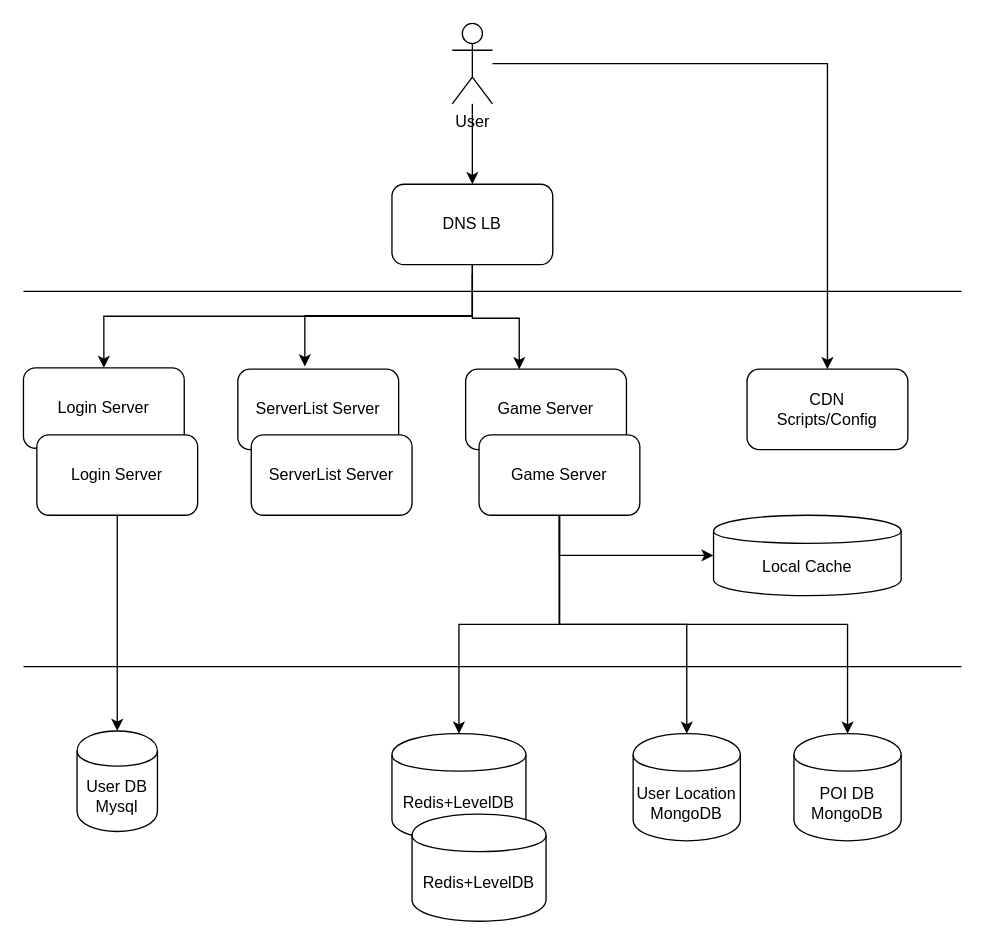
Above: CityPet.drawio in evagle/awesome (draw.io), before the change. Source tidied: cells renumbered, new cells numbered last; positions are measured from the earlier drawing's top-left corner, leaving out a move shared by most shapes. Both pictures are drawn from the tidied source at 134%, with x=0, y=0 at pixel (23, 23).
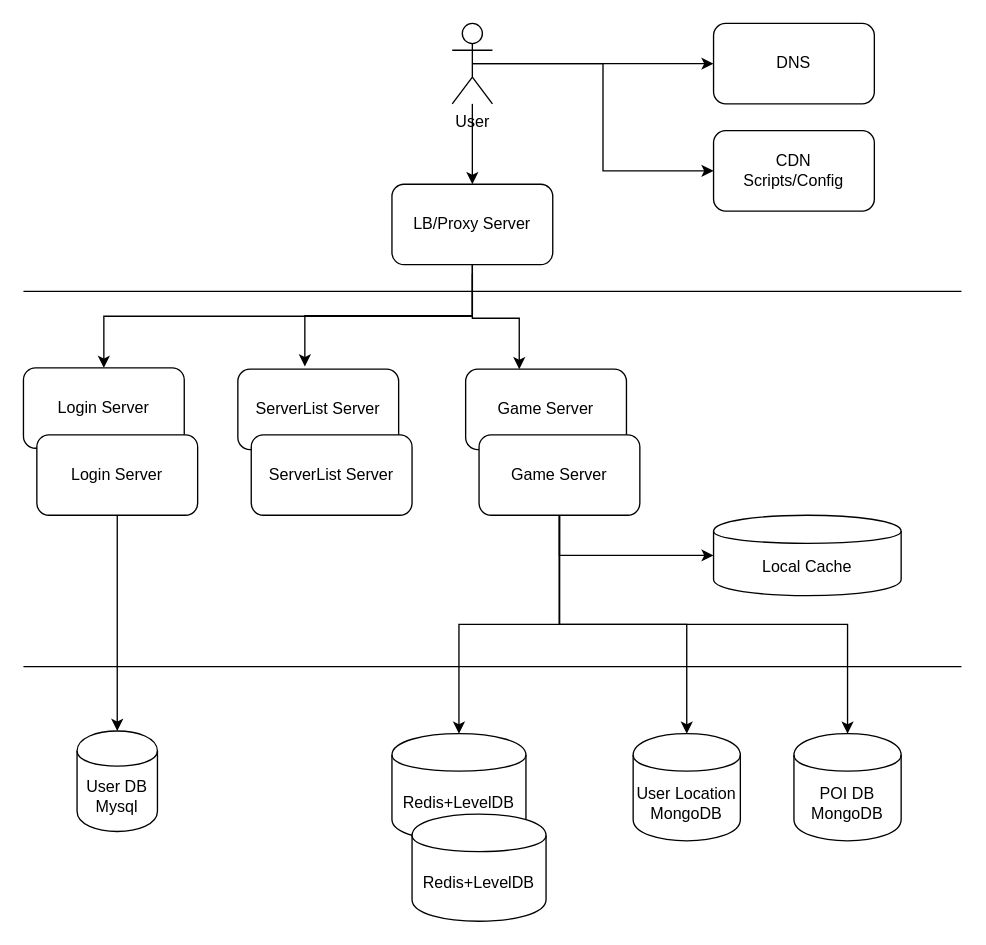
After the change.

The change refers to these unchanged cells:
```xml
<mxCell id="6" value="User" style="shape=umlActor;verticalLabelPosition=bottom;verticalAlign=top;html=1;outlineConnect=0;" parent="1" vertex="1">
  <mxGeometry x="320" width="30" height="60" as="geometry" />
</mxCell>
```

Diff of the diagram source:
```diff
@@
+    <mxCell id="29" style="edgeStyle=orthogonalEdgeStyle;rounded=0;jettySize=auto;html=1;exitX=0.5;exitY=0.5;exitDx=0;exitDy=0;exitPerimeter=0;" parent="1" edge="1" source="6" target="30">
+      <mxGeometry relative="1" as="geometry" />
+    </mxCell>
-    <mxCell id="5" style="edgeStyle=orthogonalEdgeStyle;rounded=0;jettySize=auto;html=1;entryX=0.5;entryY=0;entryDx=0;entryDy=0;" parent="1" edge="1" source="6" target="20">
+    <mxCell id="5" style="edgeStyle=orthogonalEdgeStyle;rounded=0;jettySize=auto;html=1;exitX=0.5;exitY=0.5;exitDx=0;exitDy=0;exitPerimeter=0;entryX=0;entryY=0.5;entryDx=0;entryDy=0;" parent="1" edge="1" source="6" target="20">
       <mxGeometry relative="1" as="geometry" />
     </mxCell>
@@
-    <mxCell id="10" value="DNS LB" style="rounded=1;whiteSpace=wrap;html=1;" parent="1" vertex="1">
+    <mxCell id="10" value="LB/Proxy Server" style="rounded=1;whiteSpace=wrap;html=1;" parent="1" vertex="1">
       <mxGeometry x="275" y="120" width="120" height="60" as="geometry" />
     </mxCell>
@@
     <mxCell id="20" value="CDN&lt;br&gt;Scripts/Config" style="rounded=1;whiteSpace=wrap;html=1;" parent="1" vertex="1">
-      <mxGeometry x="540" y="258" width="120" height="60" as="geometry" />
+      <mxGeometry x="515" y="80" width="120" height="60" as="geometry" />
     </mxCell>
@@
+    <mxCell id="30" value="DNS" style="rounded=1;whiteSpace=wrap;html=1;" parent="1" vertex="1">
+      <mxGeometry x="515" width="120" height="60" as="geometry" />
+    </mxCell>
```
